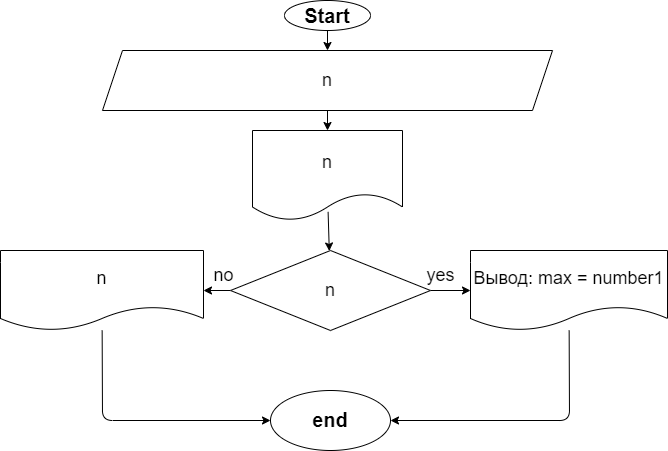
The draw.io diagram Example010_Task4/algorithm.drawio.png in TayaInakova/C_Sharp, before a commit. Source tidied: cells renumbered, new cells last; positions are measured from the earlier drawing's top-left corner, leaving out a move shared by most shapes. Source of this version:
```xml
<mxGraphModel>
  <root>
    <mxCell id="0" />
    <mxCell id="1" parent="0" />
    <mxCell id="2" style="edgeStyle=none;html=1;fontSize=20;" parent="1" edge="1" source="3" target="6">
      <mxGeometry relative="1" as="geometry" />
    </mxCell>
    <mxCell id="3" value="&lt;font style=&quot;font-size: 20px&quot;&gt;&lt;b&gt;Start&lt;/b&gt;&lt;/font&gt;" style="ellipse;whiteSpace=wrap;html=1;" parent="1" vertex="1">
      <mxGeometry x="284" width="86" height="30" as="geometry" />
    </mxCell>
    <mxCell id="4" style="edgeStyle=none;html=1;fontSize=18;exitX=0.504;exitY=0.904;exitDx=0;exitDy=0;exitPerimeter=0;" parent="1" edge="1" source="16" target="9">
      <mxGeometry relative="1" as="geometry" />
    </mxCell>
    <mxCell id="5" style="edgeStyle=none;html=1;fontSize=18;exitX=0.5;exitY=1;exitDx=0;exitDy=0;entryX=0.5;entryY=0;entryDx=0;entryDy=0;" parent="1" edge="1" source="6" target="16">
      <mxGeometry relative="1" as="geometry" />
    </mxCell>
    <mxCell id="6" value="&lt;font style=&quot;font-size: 18px&quot;&gt;n&lt;br&gt;&lt;/font&gt;" style="shape=parallelogram;perimeter=parallelogramPerimeter;whiteSpace=wrap;html=1;fixedSize=1;" parent="1" vertex="1">
      <mxGeometry x="102" y="50" width="450" height="60" as="geometry" />
    </mxCell>
    <mxCell id="7" style="edgeStyle=none;html=1;fontSize=18;" parent="1" edge="1" source="9" target="11">
      <mxGeometry relative="1" as="geometry" />
    </mxCell>
    <mxCell id="8" style="edgeStyle=none;html=1;fontSize=18;" parent="1" edge="1" source="9" target="14">
      <mxGeometry relative="1" as="geometry" />
    </mxCell>
    <mxCell id="9" value="n" style="rhombus;whiteSpace=wrap;html=1;fontSize=18;" parent="1" vertex="1">
      <mxGeometry x="230" y="250" width="200" height="80" as="geometry" />
    </mxCell>
    <mxCell id="10" style="edgeStyle=none;html=1;fontSize=18;entryX=1;entryY=0.5;entryDx=0;entryDy=0;" parent="1" edge="1" source="11" target="17">
      <mxGeometry relative="1" as="geometry">
        <Array as="points">
          <mxPoint x="569" y="420" />
        </Array>
      </mxGeometry>
    </mxCell>
    <mxCell id="11" value="Вывод: max = number1" style="shape=document;whiteSpace=wrap;html=1;boundedLbl=1;fontSize=18;" parent="1" vertex="1">
      <mxGeometry x="470" y="250" width="197" height="80" as="geometry" />
    </mxCell>
    <mxCell id="12" value="yes" style="text;html=1;align=center;verticalAlign=middle;strokeColor=none;fillColor=none;fontSize=18;" parent="1" vertex="1">
      <mxGeometry x="420" y="260" width="40" height="30" as="geometry" />
    </mxCell>
    <mxCell id="13" style="edgeStyle=none;html=1;fontSize=18;entryX=0;entryY=0.5;entryDx=0;entryDy=0;" parent="1" edge="1" source="14" target="17">
      <mxGeometry relative="1" as="geometry">
        <Array as="points">
          <mxPoint x="102" y="420" />
        </Array>
      </mxGeometry>
    </mxCell>
    <mxCell id="14" value="&lt;span&gt;n&lt;/span&gt;" style="shape=document;whiteSpace=wrap;html=1;boundedLbl=1;fontSize=18;" parent="1" vertex="1">
      <mxGeometry y="250" width="203" height="80" as="geometry" />
    </mxCell>
    <mxCell id="15" value="no" style="text;html=1;align=center;verticalAlign=middle;strokeColor=none;fillColor=none;fontSize=18;" parent="1" vertex="1">
      <mxGeometry x="203" y="260" width="40" height="30" as="geometry" />
    </mxCell>
    <mxCell id="16" value="&lt;span style=&quot;font-size: 18px&quot;&gt;n&lt;/span&gt;" style="shape=document;whiteSpace=wrap;html=1;boundedLbl=1;" parent="1" vertex="1">
      <mxGeometry x="252" y="130" width="150" height="90" as="geometry" />
    </mxCell>
    <mxCell id="17" value="&lt;font style=&quot;font-size: 20px&quot;&gt;&lt;b&gt;end&lt;/b&gt;&lt;/font&gt;" style="ellipse;whiteSpace=wrap;html=1;fontSize=18;" parent="1" vertex="1">
      <mxGeometry x="270" y="390" width="120" height="60" as="geometry" />
    </mxCell>
  </root>
</mxGraphModel>
```
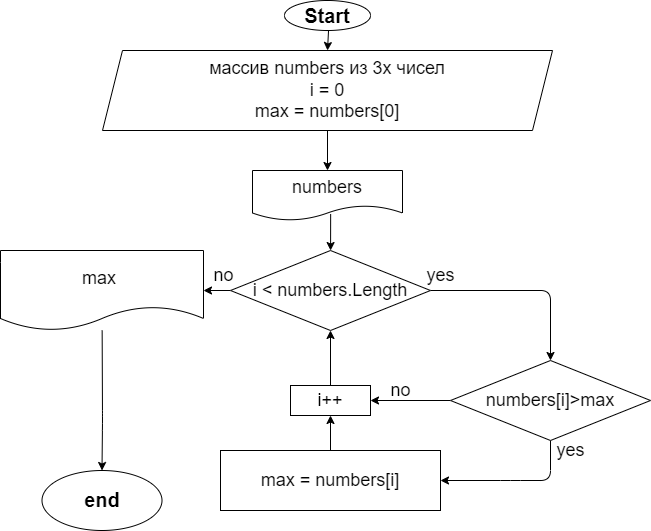
Above is the later version.

Diff of the diagram source:
```diff
@@ -8,55 +8,81 @@
     <mxCell id="3" value="&lt;font style=&quot;font-size: 20px&quot;&gt;&lt;b&gt;Start&lt;/b&gt;&lt;/font&gt;" style="ellipse;whiteSpace=wrap;html=1;" parent="1" vertex="1">
       <mxGeometry x="284" width="86" height="30" as="geometry" />
     </mxCell>
-    <mxCell id="4" style="edgeStyle=none;html=1;fontSize=18;exitX=0.504;exitY=0.904;exitDx=0;exitDy=0;exitPerimeter=0;" parent="1" edge="1" source="16" target="9">
+    <mxCell id="4" style="edgeStyle=none;html=1;fontSize=18;exitX=0.521;exitY=0.87;exitDx=0;exitDy=0;exitPerimeter=0;" parent="1" edge="1" source="16" target="9">
       <mxGeometry relative="1" as="geometry" />
     </mxCell>
     <mxCell id="5" style="edgeStyle=none;html=1;fontSize=18;exitX=0.5;exitY=1;exitDx=0;exitDy=0;entryX=0.5;entryY=0;entryDx=0;entryDy=0;" parent="1" edge="1" source="6" target="16">
       <mxGeometry relative="1" as="geometry" />
     </mxCell>
-    <mxCell id="6" value="&lt;font style=&quot;font-size: 18px&quot;&gt;n&lt;br&gt;&lt;/font&gt;" style="shape=parallelogram;perimeter=parallelogramPerimeter;whiteSpace=wrap;html=1;fixedSize=1;" parent="1" vertex="1">
-      <mxGeometry x="102" y="50" width="450" height="60" as="geometry" />
+    <mxCell id="6" value="&lt;font style=&quot;font-size: 18px&quot;&gt;массив numbers из 3х чисел&lt;br&gt;i = 0&lt;br&gt;max = numbers[0]&lt;br&gt;&lt;/font&gt;" style="shape=parallelogram;perimeter=parallelogramPerimeter;whiteSpace=wrap;html=1;fixedSize=1;" parent="1" vertex="1">
+      <mxGeometry x="102" y="50" width="450" height="80" as="geometry" />
     </mxCell>
-    <mxCell id="7" style="edgeStyle=none;html=1;fontSize=18;" parent="1" edge="1" source="9" target="11">
-      <mxGeometry relative="1" as="geometry" />
+    <mxCell id="7" style="edgeStyle=none;html=1;fontSize=18;" parent="1" edge="1" source="9" target="20">
+      <mxGeometry relative="1" as="geometry">
+        <Array as="points">
+          <mxPoint x="550" y="290" />
+        </Array>
+      </mxGeometry>
     </mxCell>
     <mxCell id="8" style="edgeStyle=none;html=1;fontSize=18;" parent="1" edge="1" source="9" target="14">
       <mxGeometry relative="1" as="geometry" />
     </mxCell>
-    <mxCell id="9" value="n" style="rhombus;whiteSpace=wrap;html=1;fontSize=18;" parent="1" vertex="1">
+    <mxCell id="9" value="i &amp;lt; numbers.Length" style="rhombus;whiteSpace=wrap;html=1;fontSize=18;" parent="1" vertex="1">
       <mxGeometry x="230" y="250" width="200" height="80" as="geometry" />
     </mxCell>
-    <mxCell id="10" style="edgeStyle=none;html=1;fontSize=18;entryX=1;entryY=0.5;entryDx=0;entryDy=0;" parent="1" edge="1" source="11" target="17">
-      <mxGeometry relative="1" as="geometry">
-        <Array as="points">
-          <mxPoint x="569" y="420" />
-        </Array>
-      </mxGeometry>
-    </mxCell>
-    <mxCell id="11" value="Вывод: max = number1" style="shape=document;whiteSpace=wrap;html=1;boundedLbl=1;fontSize=18;" parent="1" vertex="1">
-      <mxGeometry x="470" y="250" width="197" height="80" as="geometry" />
-    </mxCell>
     <mxCell id="12" value="yes" style="text;html=1;align=center;verticalAlign=middle;strokeColor=none;fillColor=none;fontSize=18;" parent="1" vertex="1">
       <mxGeometry x="420" y="260" width="40" height="30" as="geometry" />
     </mxCell>
-    <mxCell id="13" style="edgeStyle=none;html=1;fontSize=18;entryX=0;entryY=0.5;entryDx=0;entryDy=0;" parent="1" edge="1" source="14" target="17">
+    <mxCell id="13" style="edgeStyle=none;html=1;fontSize=18;entryX=0.5;entryY=0;entryDx=0;entryDy=0;" parent="1" edge="1" source="14" target="17">
       <mxGeometry relative="1" as="geometry">
         <Array as="points">
           <mxPoint x="102" y="420" />
         </Array>
       </mxGeometry>
     </mxCell>
-    <mxCell id="14" value="&lt;span&gt;n&lt;/span&gt;" style="shape=document;whiteSpace=wrap;html=1;boundedLbl=1;fontSize=18;" parent="1" vertex="1">
+    <mxCell id="14" value="max&amp;nbsp;" style="shape=document;whiteSpace=wrap;html=1;boundedLbl=1;fontSize=18;" parent="1" vertex="1">
       <mxGeometry y="250" width="203" height="80" as="geometry" />
     </mxCell>
     <mxCell id="15" value="no" style="text;html=1;align=center;verticalAlign=middle;strokeColor=none;fillColor=none;fontSize=18;" parent="1" vertex="1">
       <mxGeometry x="203" y="260" width="40" height="30" as="geometry" />
     </mxCell>
-    <mxCell id="16" value="&lt;span style=&quot;font-size: 18px&quot;&gt;n&lt;/span&gt;" style="shape=document;whiteSpace=wrap;html=1;boundedLbl=1;" parent="1" vertex="1">
-      <mxGeometry x="252" y="130" width="150" height="90" as="geometry" />
+    <mxCell id="16" value="&lt;span style=&quot;font-size: 18px&quot;&gt;numbers&lt;/span&gt;" style="shape=document;whiteSpace=wrap;html=1;boundedLbl=1;" parent="1" vertex="1">
+      <mxGeometry x="252" y="170" width="150" height="50" as="geometry" />
     </mxCell>
     <mxCell id="17" value="&lt;font style=&quot;font-size: 20px&quot;&gt;&lt;b&gt;end&lt;/b&gt;&lt;/font&gt;" style="ellipse;whiteSpace=wrap;html=1;fontSize=18;" parent="1" vertex="1">
-      <mxGeometry x="270" y="390" width="120" height="60" as="geometry" />
+      <mxGeometry x="41.5" y="470" width="120" height="60" as="geometry" />
     </mxCell>
+    <mxCell id="18" style="edgeStyle=none;html=1;entryX=1;entryY=0.5;entryDx=0;entryDy=0;fontSize=18;" parent="1" edge="1" source="20" target="22">
+      <mxGeometry relative="1" as="geometry" />
+    </mxCell>
+    <mxCell id="19" style="edgeStyle=none;html=1;fontSize=18;entryX=1;entryY=0.5;entryDx=0;entryDy=0;" parent="1" edge="1" source="20" target="25">
+      <mxGeometry relative="1" as="geometry">
+        <Array as="points">
+          <mxPoint x="550" y="480" />
+          <mxPoint x="510" y="480" />
+        </Array>
+      </mxGeometry>
+    </mxCell>
+    <mxCell id="20" value="&lt;font style=&quot;font-size: 18px&quot;&gt;&lt;font style=&quot;font-size: 18px&quot;&gt;numbers&lt;/font&gt;[i]&amp;gt;max&lt;/font&gt;" style="rhombus;whiteSpace=wrap;html=1;" parent="1" vertex="1">
+      <mxGeometry x="450" y="360" width="200" height="80" as="geometry" />
+    </mxCell>
+    <mxCell id="21" style="edgeStyle=none;html=1;entryX=0.5;entryY=1;entryDx=0;entryDy=0;fontSize=18;" parent="1" edge="1" source="22" target="9">
+      <mxGeometry relative="1" as="geometry" />
+    </mxCell>
+    <mxCell id="22" value="&lt;font style=&quot;font-size: 18px&quot;&gt;i++&lt;/font&gt;" style="rounded=0;whiteSpace=wrap;html=1;" parent="1" vertex="1">
+      <mxGeometry x="290" y="385" width="80" height="30" as="geometry" />
+    </mxCell>
+    <mxCell id="23" value="no" style="text;html=1;align=center;verticalAlign=middle;strokeColor=none;fillColor=none;fontSize=18;" parent="1" vertex="1">
+      <mxGeometry x="380" y="375" width="40" height="30" as="geometry" />
+    </mxCell>
+    <mxCell id="24" style="edgeStyle=none;html=1;entryX=0.5;entryY=1;entryDx=0;entryDy=0;fontSize=18;" parent="1" edge="1" source="25" target="22">
+      <mxGeometry relative="1" as="geometry" />
+    </mxCell>
+    <mxCell id="25" value="max = numbers[i]" style="rounded=0;whiteSpace=wrap;html=1;fontSize=18;" parent="1" vertex="1">
+      <mxGeometry x="220" y="450" width="220" height="60" as="geometry" />
+    </mxCell>
+    <mxCell id="26" value="yes" style="text;html=1;align=center;verticalAlign=middle;strokeColor=none;fillColor=none;fontSize=18;" parent="1" vertex="1">
+      <mxGeometry x="550" y="435" width="40" height="30" as="geometry" />
+    </mxCell>
   </root>
 </mxGraphModel>
```
